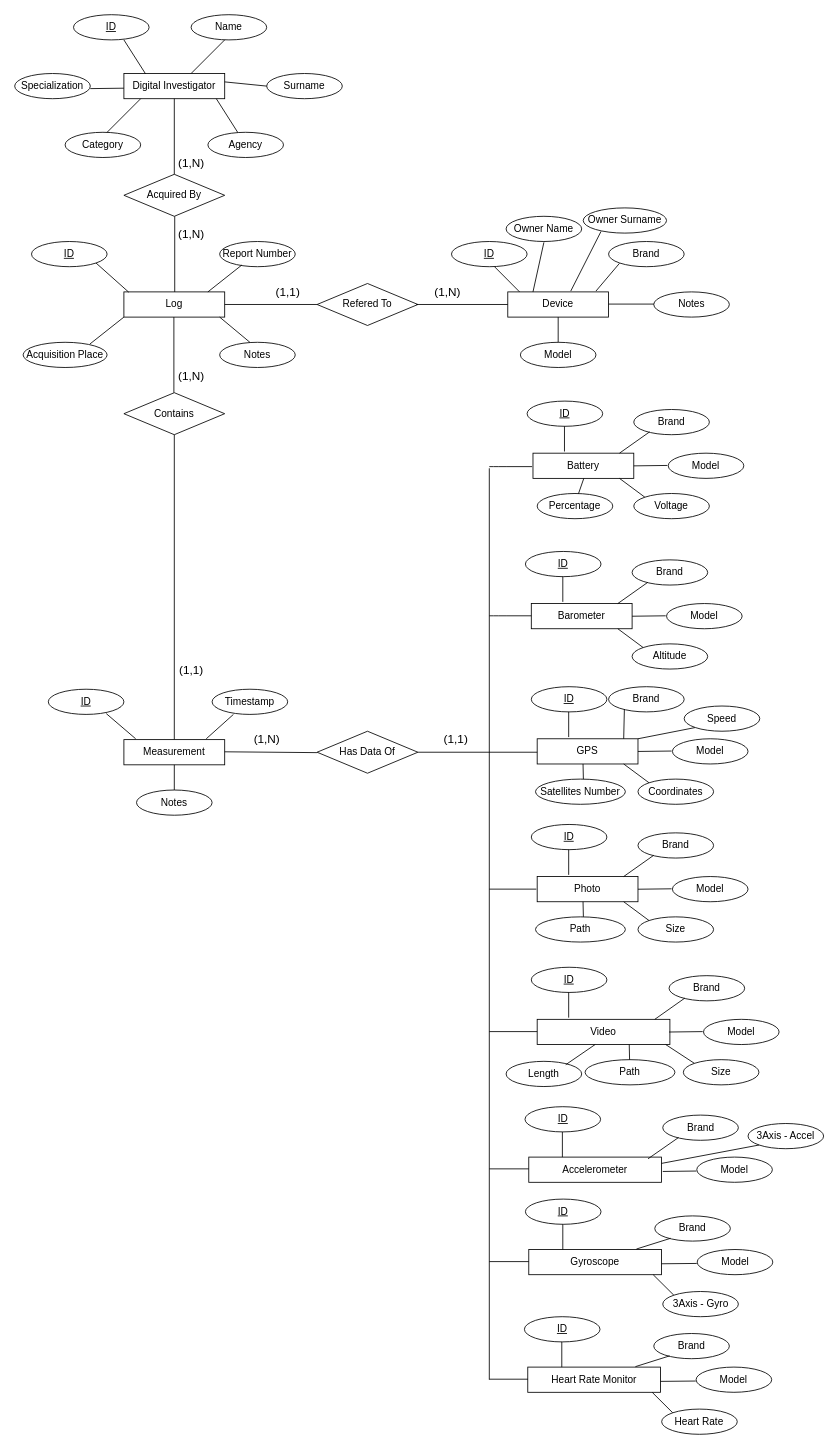
Kryozen/Forensics-Analysis keeps this draw.io diagram as Database/Schema DB.drawio. Above is the earlier version. Source tidied: cells renumbered, new cells numbered last; positions are measured from the earlier drawing's top-left corner, leaving out a move shared by most shapes. Both pictures are drawn from the tidied source at 84%, with x=0, y=0 at pixel (14, 14).
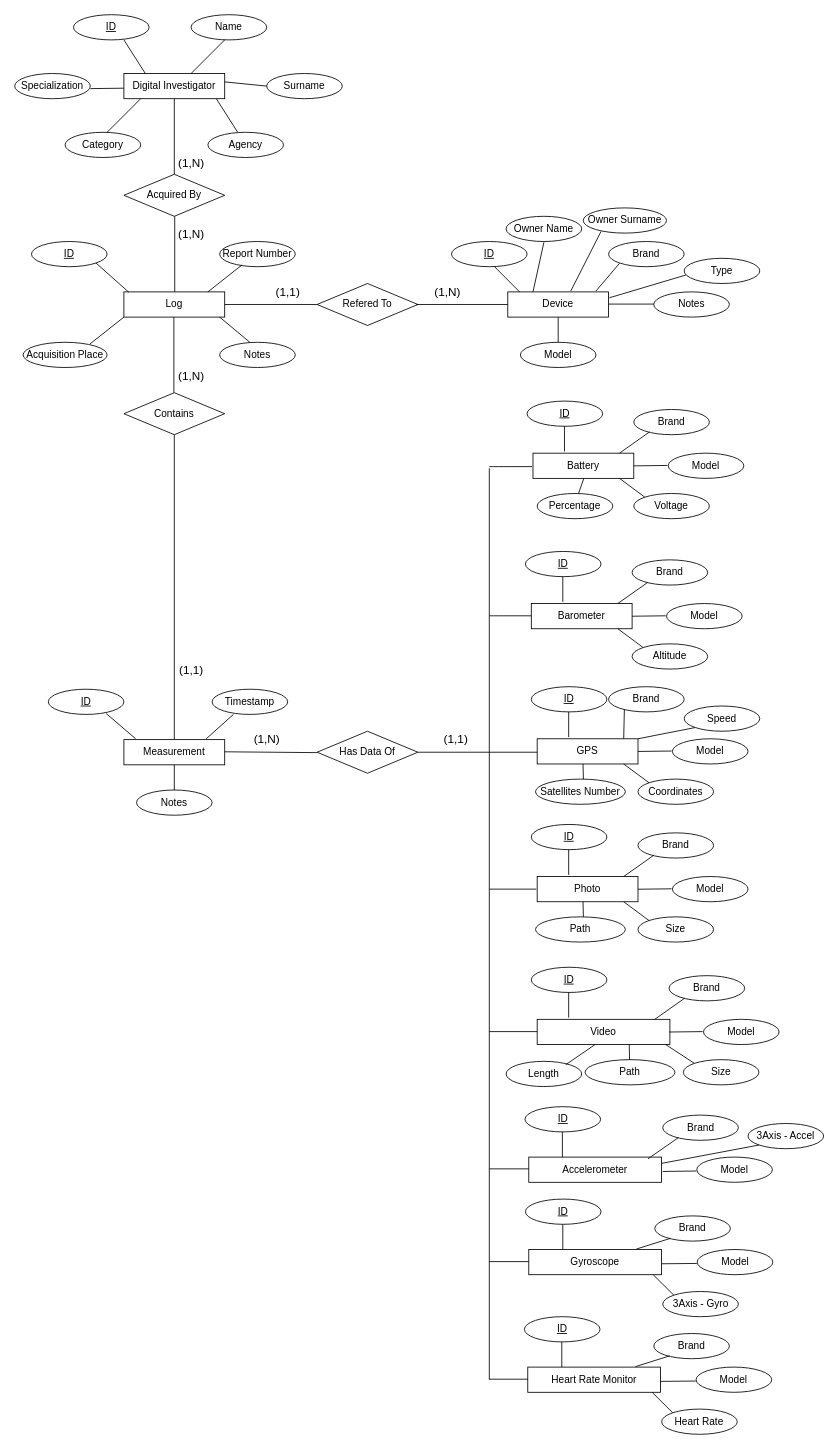
Above is the later version.

What changed in the source:
```diff
@@
+    <mxCell id="156" value="Type" style="ellipse;whiteSpace=wrap;html=1;" parent="1" vertex="1">
+      <mxGeometry x="797" y="290" width="90" height="30" as="geometry" />
+    </mxCell>
+    <mxCell id="157" style="endArrow=none;html=1;entryX=0.024;entryY=0.662;entryDx=0;entryDy=0;entryPerimeter=0;" parent="1" edge="1" target="156">
+      <mxGeometry relative="1" as="geometry">
+        <mxPoint x="708" y="337" as="sourcePoint" />
+      </mxGeometry>
+    </mxCell>
```
